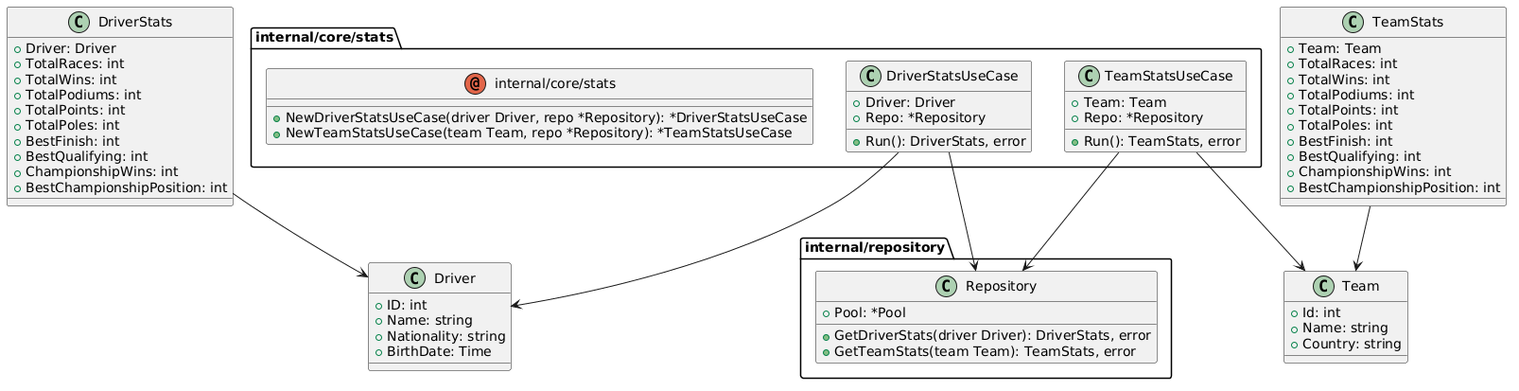
The PlantUML diagram docs/images/statsUML.png in k3sslerX/BMSTU_PPO, before a commit. Source of this version:
```plantuml
@startuml
top to bottom direction


package internal/core/stats{
annotation internal/core/stats {


+NewDriverStatsUseCase(driver Driver, repo *Repository): *DriverStatsUseCase
+NewTeamStatsUseCase(team Team, repo *Repository): *TeamStatsUseCase
}
class DriverStatsUseCase {
+Driver: Driver
+Repo: *Repository
+Run(): DriverStats, error
}

class TeamStatsUseCase {
+Team: Team
+Repo: *Repository
+Run(): TeamStats, error
}
}

class Driver {
+ID: int
+Name: string
+Nationality: string
+BirthDate: Time

}
class DriverStats {
+Driver: Driver
+TotalRaces: int
+TotalWins: int
+TotalPodiums: int
+TotalPoints: int
+TotalPoles: int
+BestFinish: int
+BestQualifying: int
+ChampionshipWins: int
+BestChampionshipPosition: int

}

class Team {
+Id: int
+Name: string
+Country: string

}
class TeamStats {
+Team: Team
+TotalRaces: int
+TotalWins: int
+TotalPodiums: int
+TotalPoints: int
+TotalPoles: int
+BestFinish: int
+BestQualifying: int
+ChampionshipWins: int
+BestChampionshipPosition: int

}

package internal/repository{
class Repository {
+Pool: *Pool
+GetDriverStats(driver Driver): DriverStats, error
+GetTeamStats(team Team): TeamStats, error
}
}

"DriverStatsUseCase" --> "Driver"
"DriverStatsUseCase" --> "Repository"
"TeamStatsUseCase" --> "Team"
"TeamStatsUseCase" --> "Repository"
"TeamStats" --> "Team"
"DriverStats" --> "Driver"
@enduml
```
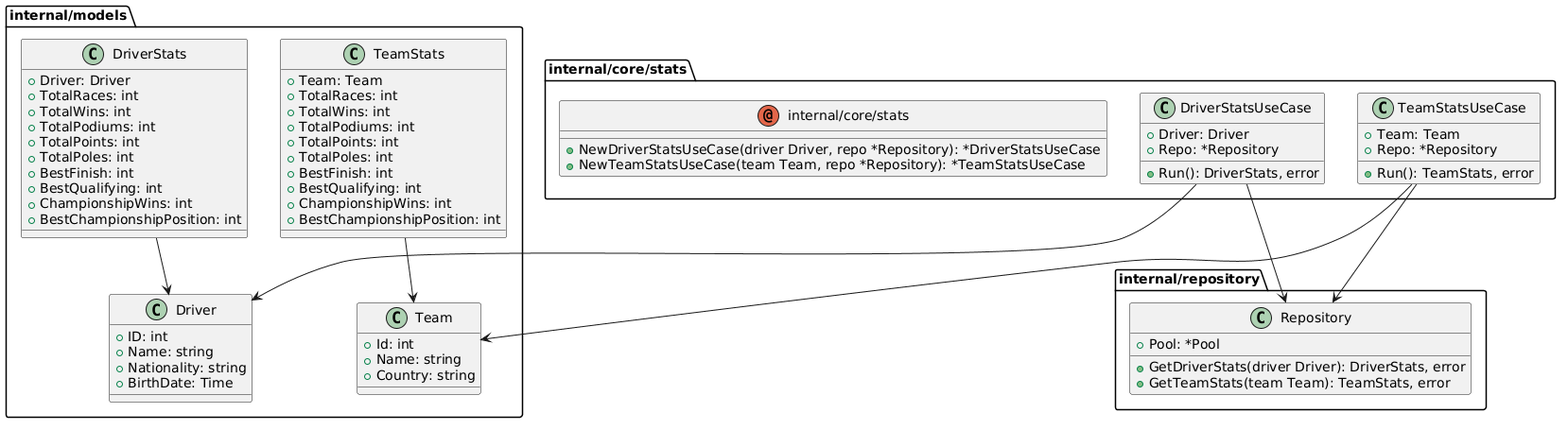
Later version of the same file.

The edit, as a diff of the source:
```diff
@@ -22,12 +22,12 @@
 }
 }
 
+package internal/models{
 class Driver {
 +ID: int
 +Name: string
 +Nationality: string
 +BirthDate: Time
-
 }
 class DriverStats {
 +Driver: Driver
@@ -40,7 +40,6 @@
 +BestQualifying: int
 +ChampionshipWins: int
 +BestChampionshipPosition: int
-
 }
 
 class Team {
@@ -60,7 +59,7 @@
 +BestQualifying: int
 +ChampionshipWins: int
 +BestChampionshipPosition: int
-
+}
 }
 
 package internal/repository{
```
